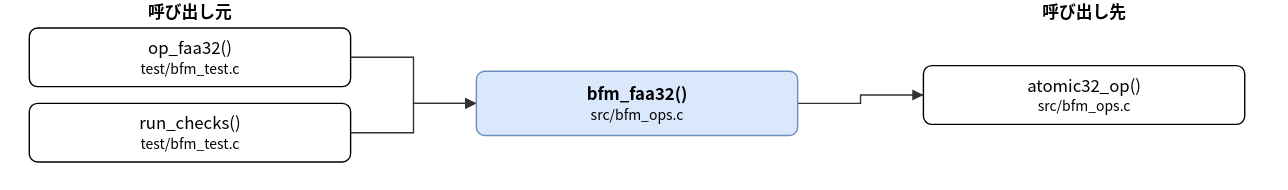
Before: doc/spec/images/call_src_bfm_ops-bfm_faa32.drawio.svg, a diagram exported from draw.io (hf355051012-ai/bfmem). Source tidied: cells renumbered, new cells last; positions are measured from the earlier drawing's top-left corner, leaving out a move shared by most shapes.
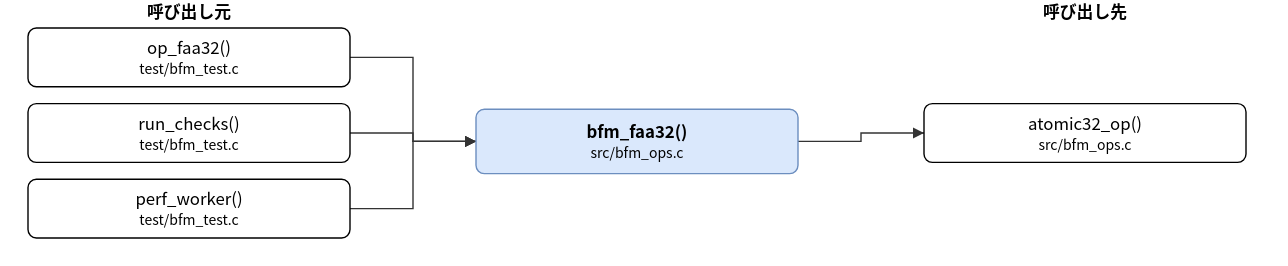
After the commit.

What changed in the source:
```diff
@@ -3,7 +3,7 @@
     <mxCell id="0" />
     <mxCell id="1" parent="0" />
     <mxCell id="2" value="bfm_faa32()&lt;br&gt;&lt;font style=&quot;font-size:10px&quot;&gt;src/bfm_ops.c&lt;/font&gt;" style="rounded=1;whiteSpace=wrap;html=1;fillColor=#dae8fc;strokeColor=#6c8ebf;fontStyle=1;" parent="1" vertex="1">
-      <mxGeometry x="320" y="51" width="230" height="46" as="geometry" />
+      <mxGeometry x="320" y="78" width="230" height="46" as="geometry" />
     </mxCell>
     <mxCell id="3" value="op_faa32()&lt;br&gt;&lt;font style=&quot;font-size:10px&quot;&gt;test/bfm_test.c&lt;/font&gt;" style="rounded=1;whiteSpace=wrap;html=1;" parent="1" vertex="1">
       <mxGeometry y="20" width="230" height="42" as="geometry" />
@@ -11,14 +11,17 @@
     <mxCell id="4" value="run_checks()&lt;br&gt;&lt;font style=&quot;font-size:10px&quot;&gt;test/bfm_test.c&lt;/font&gt;" style="rounded=1;whiteSpace=wrap;html=1;" parent="1" vertex="1">
       <mxGeometry y="74" width="230" height="42" as="geometry" />
     </mxCell>
+    <mxCell id="11" value="perf_worker()&lt;br&gt;&lt;font style=&quot;font-size:10px&quot;&gt;test/bfm_test.c&lt;/font&gt;" style="rounded=1;whiteSpace=wrap;html=1;" parent="1" vertex="1">
+      <mxGeometry y="128" width="230" height="42" as="geometry" />
+    </mxCell>
     <mxCell id="5" value="atomic32_op()&lt;br&gt;&lt;font style=&quot;font-size:10px&quot;&gt;src/bfm_ops.c&lt;/font&gt;" style="rounded=1;whiteSpace=wrap;html=1;" parent="1" vertex="1">
-      <mxGeometry x="640" y="47" width="230" height="42" as="geometry" />
+      <mxGeometry x="640" y="74" width="230" height="42" as="geometry" />
     </mxCell>
     <mxCell id="6" style="edgeStyle=none;html=1;rounded=0;endArrow=block;endFill=1;exitX=1.0000;exitY=0.5000;exitDx=0;exitDy=0;exitPerimeter=0;entryX=0.0000;entryY=0.5000;entryDx=0;entryDy=0;entryPerimeter=0;" parent="1" edge="1" source="3" target="2">
       <mxGeometry relative="1" as="geometry">
         <Array as="points">
           <mxPoint x="275" y="41" />
-          <mxPoint x="275" y="74" />
+          <mxPoint x="275" y="101" />
         </Array>
       </mxGeometry>
     </mxCell>
@@ -26,18 +29,26 @@
       <mxGeometry relative="1" as="geometry">
         <Array as="points">
           <mxPoint x="275" y="95" />
-          <mxPoint x="275" y="74" />
+          <mxPoint x="275" y="101" />
         </Array>
       </mxGeometry>
     </mxCell>
-    <mxCell id="8" style="edgeStyle=none;html=1;rounded=0;endArrow=block;endFill=1;exitX=1.0000;exitY=0.5000;exitDx=0;exitDy=0;exitPerimeter=0;entryX=0.0000;entryY=0.5000;entryDx=0;entryDy=0;entryPerimeter=0;" parent="1" edge="1" source="2" target="5">
+    <mxCell id="8" style="edgeStyle=none;html=1;rounded=0;endArrow=block;endFill=1;exitX=1.0000;exitY=0.5000;exitDx=0;exitDy=0;exitPerimeter=0;entryX=0.0000;entryY=0.5000;entryDx=0;entryDy=0;entryPerimeter=0;" parent="1" edge="1" source="11" target="2">
       <mxGeometry relative="1" as="geometry">
         <Array as="points">
-          <mxPoint x="595" y="74" />
-          <mxPoint x="595" y="68" />
+          <mxPoint x="275" y="149" />
+          <mxPoint x="275" y="101" />
         </Array>
       </mxGeometry>
     </mxCell>
+    <mxCell id="12" style="edgeStyle=none;html=1;rounded=0;endArrow=block;endFill=1;exitX=1.0000;exitY=0.5000;exitDx=0;exitDy=0;exitPerimeter=0;entryX=0.0000;entryY=0.5000;entryDx=0;entryDy=0;entryPerimeter=0;" parent="1" edge="1" source="2" target="5">
+      <mxGeometry relative="1" as="geometry">
+        <Array as="points">
+          <mxPoint x="595" y="101" />
+          <mxPoint x="595" y="95" />
+        </Array>
+      </mxGeometry>
+    </mxCell>
     <mxCell id="9" value="呼び出し元" style="text;html=1;align=center;fontStyle=1;" parent="1" vertex="1">
       <mxGeometry x="35" width="160" height="18" as="geometry" />
     </mxCell>
```
